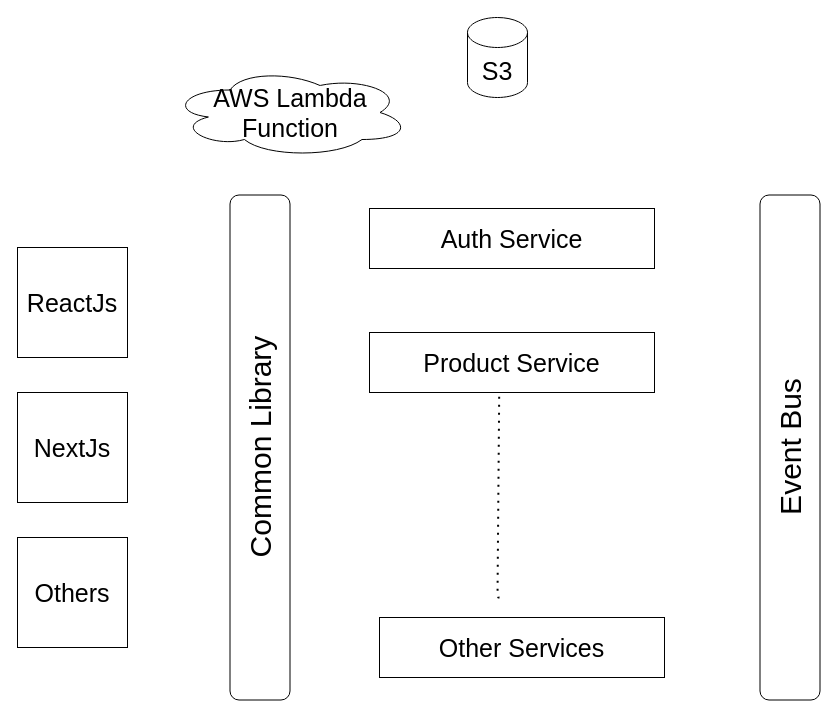
The draw.io diagram page "End to End Overview" (3 of 3) of Untitled Diagram.drawio in Lova-VD/jokes-app-test, before the edit. Source tidied: cells renumbered, new cells numbered last; positions are measured from the earlier drawing's top-left corner, leaving out a move shared by most shapes. Both pictures are drawn from the tidied source at 100%, with x=0, y=0 at pixel (7, 17).
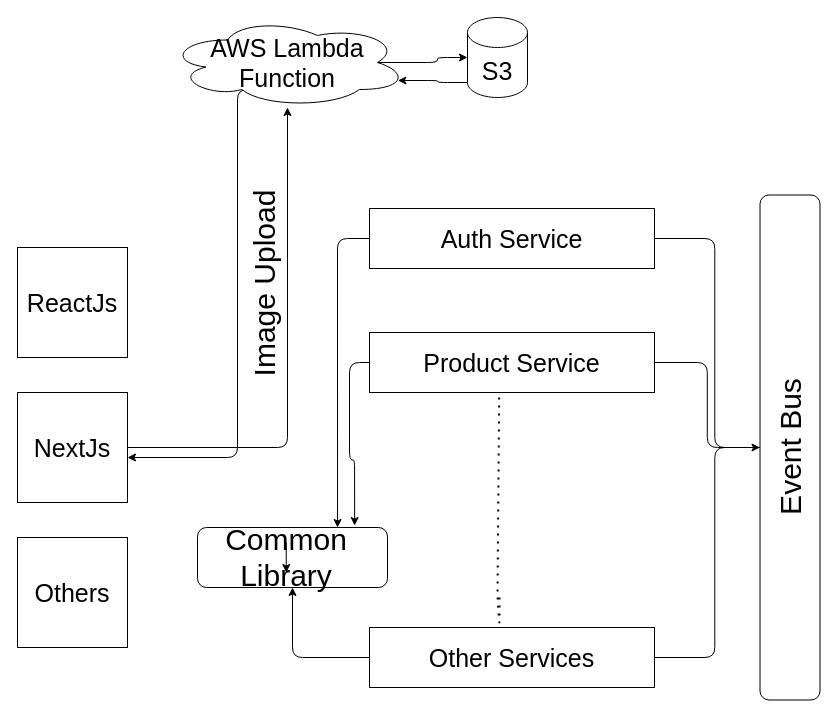
After the change.

The change refers to these unchanged cells:
```xml
<mxCell id="3" value="NextJs" style="whiteSpace=wrap;html=1;rounded=0;sketch=0;fontSize=25;" parent="1" vertex="1">
  <mxGeometry x="10" y="375" width="110" height="110" as="geometry" />
</mxCell>
<mxCell id="6" value="Auth Service" style="rounded=0;whiteSpace=wrap;html=1;sketch=0;fontSize=25;" parent="1" vertex="1">
  <mxGeometry x="362" y="191" width="285" height="60" as="geometry" />
</mxCell>
<mxCell id="7" value="Product Service" style="rounded=0;whiteSpace=wrap;html=1;sketch=0;fontSize=25;" parent="1" vertex="1">
  <mxGeometry x="362" y="315" width="285" height="60" as="geometry" />
</mxCell>
<mxCell id="9" value="S3" style="shape=cylinder3;whiteSpace=wrap;html=1;boundedLbl=1;backgroundOutline=1;size=15;rounded=0;sketch=0;fontSize=25;" parent="1" vertex="1">
  <mxGeometry x="460" width="60" height="80" as="geometry" />
</mxCell>
<mxCell id="13" style="rounded=1;whiteSpace=wrap;html=1;sketch=0;fontSize=25;rotation=90;" parent="1" vertex="1">
  <mxGeometry x="530" y="400" width="505" height="60" as="geometry" />
</mxCell>
<mxCell id="14" value="&lt;font style=&quot;font-size: 30px&quot;&gt;Event Bus&lt;/font&gt;" style="text;html=1;strokeColor=none;fillColor=none;align=center;verticalAlign=middle;whiteSpace=wrap;rounded=0;sketch=0;fontSize=25;rotation=-90;" parent="1" vertex="1">
  <mxGeometry x="632.5" y="415" width="300" height="30" as="geometry" />
</mxCell>
```

Change to the diagram source:
```diff
@@
+    <mxCell id="15" style="edgeStyle=orthogonalEdgeStyle;curved=0;rounded=1;sketch=0;jettySize=auto;html=1;exitX=1;exitY=0.5;exitDx=0;exitDy=0;fontSize=30;" parent="1" edge="1" source="3" target="8">
+      <mxGeometry relative="1" as="geometry" />
+    </mxCell>
@@
-    <mxCell id="4" style="rounded=1;whiteSpace=wrap;html=1;sketch=0;fontSize=25;rotation=90;" parent="1" vertex="1">
-      <mxGeometry y="400" width="505" height="60" as="geometry" />
+    <mxCell id="4" style="rounded=1;whiteSpace=wrap;html=1;sketch=0;fontSize=25;rotation=0;" parent="1" vertex="1">
+      <mxGeometry x="190" y="510" width="190" height="60" as="geometry" />
     </mxCell>
-    <mxCell id="5" value="&lt;font style=&quot;font-size: 30px&quot;&gt;Common Library&lt;/font&gt;" style="text;html=1;strokeColor=none;fillColor=none;align=center;verticalAlign=middle;whiteSpace=wrap;rounded=0;sketch=0;fontSize=25;rotation=-90;" parent="1" vertex="1">
-      <mxGeometry x="102.5" y="415" width="300" height="30" as="geometry" />
+    <mxCell id="5" value="&lt;font style=&quot;font-size: 30px&quot;&gt;Common Library&lt;/font&gt;" style="text;html=1;strokeColor=none;fillColor=none;align=center;verticalAlign=middle;whiteSpace=wrap;rounded=0;sketch=0;fontSize=25;rotation=0;" parent="1" vertex="1">
+      <mxGeometry x="190" y="525" width="177.5" height="30" as="geometry" />
     </mxCell>
+    <mxCell id="16" style="edgeStyle=orthogonalEdgeStyle;curved=0;rounded=1;sketch=0;jettySize=auto;html=1;exitX=1;exitY=0.5;exitDx=0;exitDy=0;fontSize=30;entryX=0.5;entryY=0;entryDx=0;entryDy=0;" parent="1" edge="1" source="6" target="14">
+      <mxGeometry relative="1" as="geometry" />
+    </mxCell>
+    <mxCell id="17" style="edgeStyle=orthogonalEdgeStyle;curved=0;rounded=1;sketch=0;jettySize=auto;html=1;exitX=0;exitY=0.5;exitDx=0;exitDy=0;entryX=0.789;entryY=-0.5;entryDx=0;entryDy=0;entryPerimeter=0;fontSize=30;" parent="1" edge="1" source="6" target="5">
+      <mxGeometry relative="1" as="geometry" />
+    </mxCell>
@@
+    <mxCell id="18" style="edgeStyle=orthogonalEdgeStyle;curved=0;rounded=1;sketch=0;jettySize=auto;html=1;exitX=1;exitY=0.5;exitDx=0;exitDy=0;fontSize=30;" parent="1" edge="1" source="7" target="13">
+      <mxGeometry relative="1" as="geometry" />
+    </mxCell>
+    <mxCell id="19" style="edgeStyle=orthogonalEdgeStyle;curved=0;rounded=1;sketch=0;jettySize=auto;html=1;exitX=0;exitY=0.5;exitDx=0;exitDy=0;fontSize=30;entryX=0.827;entryY=-0.033;entryDx=0;entryDy=0;entryPerimeter=0;" parent="1" edge="1" source="7" target="4">
+      <mxGeometry relative="1" as="geometry" />
+    </mxCell>
@@
+    <mxCell id="20" style="edgeStyle=orthogonalEdgeStyle;curved=0;rounded=1;sketch=0;jettySize=auto;html=1;exitX=0.8;exitY=0.8;exitDx=0;exitDy=0;exitPerimeter=0;fontSize=30;" parent="1" edge="1" source="8">
+      <mxGeometry relative="1" as="geometry">
+        <mxPoint x="120" y="440" as="targetPoint" />
+        <Array as="points">
+          <mxPoint x="230" y="72" />
+          <mxPoint x="230" y="440" />
+        </Array>
+      </mxGeometry>
+    </mxCell>
+    <mxCell id="21" style="edgeStyle=orthogonalEdgeStyle;curved=0;rounded=1;sketch=0;jettySize=auto;html=1;exitX=0.875;exitY=0.5;exitDx=0;exitDy=0;exitPerimeter=0;fontSize=30;" parent="1" edge="1" source="8" target="9">
+      <mxGeometry relative="1" as="geometry" />
+    </mxCell>
     <mxCell id="8" value="AWS Lambda Function" style="ellipse;shape=cloud;whiteSpace=wrap;html=1;rounded=0;sketch=0;fontSize=25;" parent="1" vertex="1">
-      <mxGeometry x="162.5" y="50" width="240" height="90" as="geometry" />
+      <mxGeometry x="160" width="240" height="90" as="geometry" />
     </mxCell>
+    <mxCell id="22" style="edgeStyle=orthogonalEdgeStyle;curved=0;rounded=1;sketch=0;jettySize=auto;html=1;exitX=0;exitY=1;exitDx=0;exitDy=-15;exitPerimeter=0;entryX=0.96;entryY=0.7;entryDx=0;entryDy=0;entryPerimeter=0;fontSize=30;" parent="1" edge="1" source="9" target="8">
+      <mxGeometry relative="1" as="geometry" />
+    </mxCell>
@@
     <mxCell id="11" style="endArrow=none;dashed=1;html=1;dashPattern=1 3;strokeWidth=2;rounded=1;sketch=0;fontSize=25;curved=0;entryX=0.455;entryY=1.069;entryDx=0;entryDy=0;entryPerimeter=0;" parent="1" edge="1" target="7">
       <mxGeometry relative="1" as="geometry">
         <mxPoint x="492" y="580" as="sourcePoint" />
         <Array as="points">
+          <mxPoint x="492" y="610" />
           <mxPoint x="490" y="580" />
         </Array>
       </mxGeometry>
     </mxCell>
+    <mxCell id="23" style="edgeStyle=orthogonalEdgeStyle;curved=0;rounded=1;sketch=0;jettySize=auto;html=1;exitX=1;exitY=0.5;exitDx=0;exitDy=0;entryX=0.5;entryY=0;entryDx=0;entryDy=0;fontSize=30;" parent="1" edge="1" source="12" target="14">
+      <mxGeometry relative="1" as="geometry" />
+    </mxCell>
+    <mxCell id="24" style="edgeStyle=orthogonalEdgeStyle;curved=0;rounded=1;sketch=0;jettySize=auto;html=1;exitX=0;exitY=0.5;exitDx=0;exitDy=0;entryX=0.5;entryY=1;entryDx=0;entryDy=0;fontSize=30;" parent="1" edge="1" source="12" target="4">
+      <mxGeometry relative="1" as="geometry" />
+    </mxCell>
     <mxCell id="12" value="Other Services" style="rounded=0;whiteSpace=wrap;html=1;sketch=0;fontSize=25;" parent="1" vertex="1">
-      <mxGeometry x="372" y="600" width="285" height="60" as="geometry" />
+      <mxGeometry x="362" y="610" width="285" height="60" as="geometry" />
     </mxCell>
@@
+    <mxCell id="25" style="edgeStyle=orthogonalEdgeStyle;curved=0;rounded=1;sketch=0;orthogonalLoop=1;jettySize=auto;html=1;exitX=0.5;exitY=0;exitDx=0;exitDy=0;entryX=0.5;entryY=1;entryDx=0;entryDy=0;fontSize=30;" parent="1" edge="1" source="5" target="5">
+      <mxGeometry relative="1" as="geometry" />
+    </mxCell>
+    <mxCell id="26" value="Image Upload" style="text;html=1;strokeColor=none;fillColor=none;align=center;verticalAlign=middle;whiteSpace=wrap;rounded=0;sketch=0;fontSize=30;rotation=-90;" parent="1" vertex="1">
+      <mxGeometry x="152" y="251" width="210" height="30" as="geometry" />
+    </mxCell>
```
